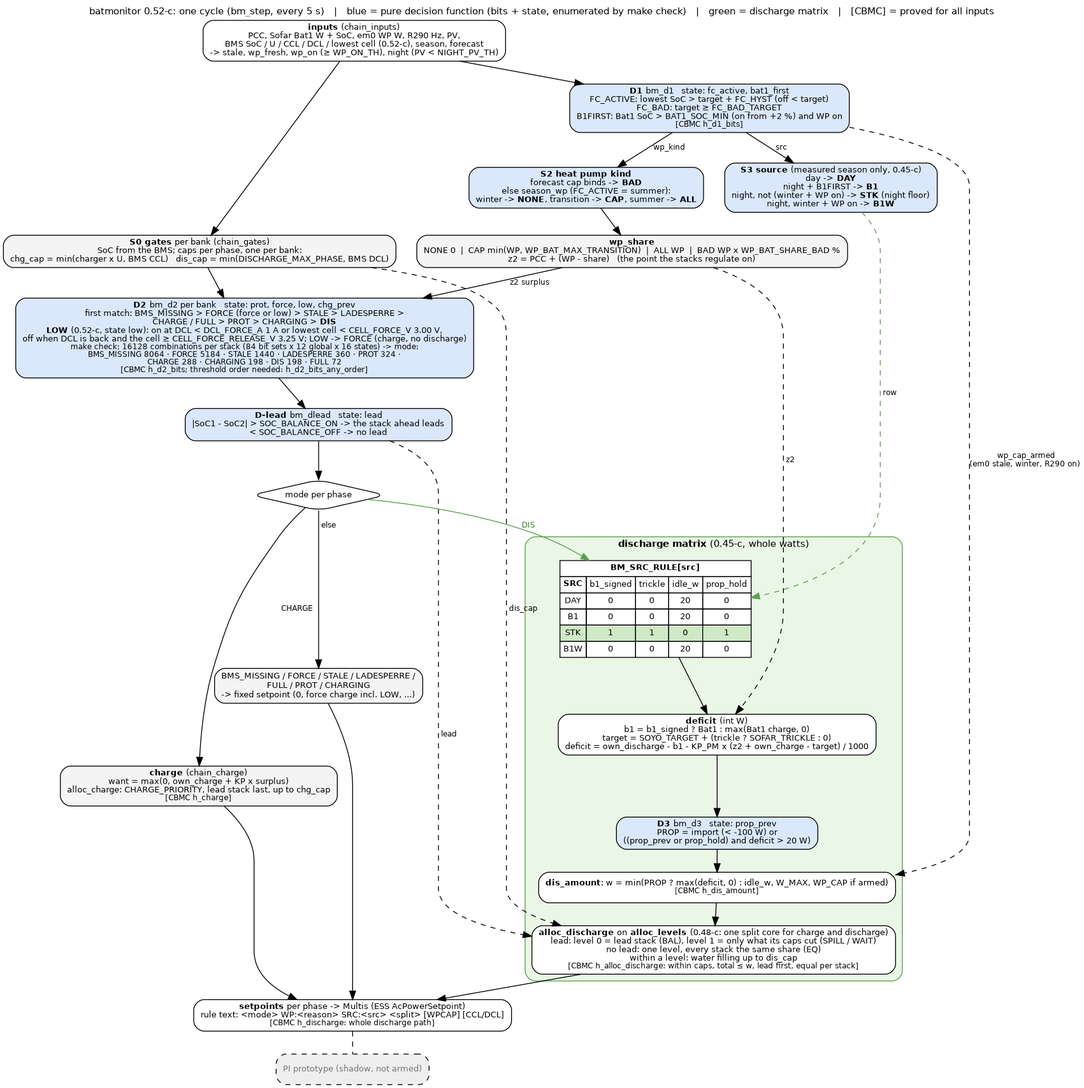
This is docs/discharge_flow.png from gerontec/victron, a Graphviz export, as it was before one commit. Its source is kept beside it as docs/discharge_flow.dot.
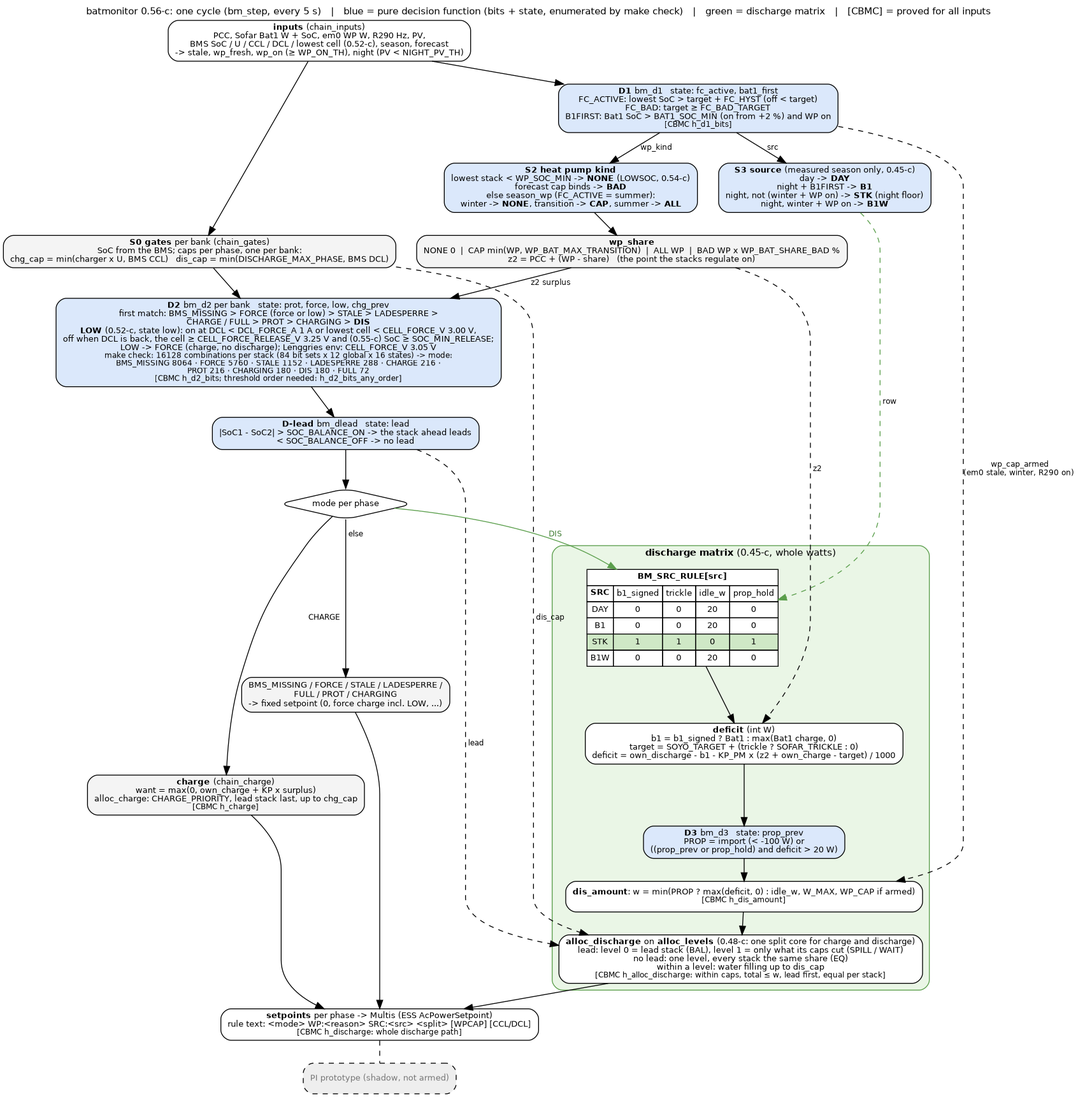
The same file after the commit.

Diff of the diagram source:
```diff
@@ -1,6 +1,6 @@
 digraph batmonitor {
 	graph [rankdir=TB, fontname="Helvetica", fontsize=11, nodesep=0.35, ranksep=0.35, newrank=true,
-		   label="batmonitor 0.52-c: one cycle (bm_step, every 5 s)   |   blue = pure decision function (bits + state, enumerated by make check)   |   green = discharge matrix   |   [CBMC] = proved for all inputs",
+		   label="batmonitor 0.56-c: one cycle (bm_step, every 5 s)   |   blue = pure decision function (bits + state, enumerated by make check)   |   green = discharge matrix   |   [CBMC] = proved for all inputs",
 		   labelloc=t];
 	node [shape=box, style="rounded,filled", fillcolor="#f4f4f4", fontname="Helvetica", fontsize=10];
 	edge [fontname="Helvetica", fontsize=9];
@@ -11,13 +11,13 @@
 
 	src [label=<<b>S3 source</b> (measured season only, 0.45-c)<br/>day -&gt; <b>DAY</b><br/>night + B1FIRST -&gt; <b>B1</b><br/>night, not (winter + WP on) -&gt; <b>STK</b> (night floor)<br/>night, winter + WP on -&gt; <b>B1W</b>>, fillcolor="#dbe8fb"];
 
-	wpk [label=<<b>S2 heat pump kind</b><br/>forecast cap binds -&gt; <b>BAD</b><br/>else season_wp (FC_ACTIVE = summer):<br/>winter -&gt; <b>NONE</b>, transition -&gt; <b>CAP</b>, summer -&gt; <b>ALL</b>>, fillcolor="#dbe8fb"];
+	wpk [label=<<b>S2 heat pump kind</b><br/>lowest stack &lt; WP_SOC_MIN -&gt; <b>NONE</b> (LOWSOC, 0.54-c)<br/>forecast cap binds -&gt; <b>BAD</b><br/>else season_wp (FC_ACTIVE = summer):<br/>winter -&gt; <b>NONE</b>, transition -&gt; <b>CAP</b>, summer -&gt; <b>ALL</b>>, fillcolor="#dbe8fb"];
 
 	share [label=<<b>wp_share</b><br/>NONE 0  |  CAP min(WP, WP_BAT_MAX_TRANSITION)  |  ALL WP  |  BAD WP x WP_BAT_SHARE_BAD %<br/>z2 = PCC + (WP - share)   (the point the stacks regulate on)>];
 
 	gates [label=<<b>S0 gates</b> per bank (chain_gates)<br/>SoC from the BMS; caps per phase, one per bank:<br/>chg_cap = min(charger x U, BMS CCL)   dis_cap = min(DISCHARGE_MAX_PHASE, BMS DCL)>];
 
-	d2 [label=<<b>D2</b> bm_d2 per bank   state: prot, force, low, chg_prev<br/>first match: BMS_MISSING &gt; FORCE (force or low) &gt; STALE &gt; LADESPERRE &gt;<br/>CHARGE / FULL &gt; PROT &gt; CHARGING &gt; <b>DIS</b><br/><b>LOW</b> (0.52-c, state low): on at DCL &lt; DCL_FORCE_A 1 A or lowest cell &lt; CELL_FORCE_V 3.00 V,<br/>off when DCL is back and the cell &ge; CELL_FORCE_RELEASE_V 3.25 V; LOW -&gt; FORCE (charge, no discharge)<br/><font point-size="9">make check: 16128 combinations per stack (84 bit sets x 12 global x 16 states) -&gt; mode:<br/>BMS_MISSING 8064 · FORCE 5184 · STALE 1440 · LADESPERRE 360 · PROT 324 ·<br/>CHARGE 288 · CHARGING 198 · DIS 198 · FULL 72</font><br/><font point-size="9">[CBMC h_d2_bits; threshold order needed: h_d2_bits_any_order]</font>>, fillcolor="#dbe8fb"];
+	d2 [label=<<b>D2</b> bm_d2 per bank   state: prot, force, low, chg_prev<br/>first match: BMS_MISSING &gt; FORCE (force or low) &gt; STALE &gt; LADESPERRE &gt;<br/>CHARGE / FULL &gt; PROT &gt; CHARGING &gt; <b>DIS</b><br/><b>LOW</b> (0.52-c, state low): on at DCL &lt; DCL_FORCE_A 1 A or lowest cell &lt; CELL_FORCE_V 3.00 V,<br/>off when DCL is back, the cell &ge; CELL_FORCE_RELEASE_V 3.25 V and (0.55-c) SoC &ge; SOC_MIN_RELEASE;<br/>LOW -&gt; FORCE (charge, no discharge); Lenggries env: CELL_FORCE_V 3.05 V<br/><font point-size="9">make check: 16128 combinations per stack (84 bit sets x 12 global x 16 states) -&gt; mode:<br/>BMS_MISSING 8064 · FORCE 5760 · STALE 1152 · LADESPERRE 288 · CHARGE 216 ·<br/>PROT 216 · CHARGING 180 · DIS 180 · FULL 72</font><br/><font point-size="9">[CBMC h_d2_bits; threshold order needed: h_d2_bits_any_order]</font>>, fillcolor="#dbe8fb"];
 
 	lead [label=<<b>D-lead</b> bm_dlead   state: lead<br/>|SoC1 - SoC2| &gt; SOC_BALANCE_ON -&gt; the stack ahead leads<br/>&lt; SOC_BALANCE_OFF -&gt; no lead>, fillcolor="#dbe8fb"];
 
```
